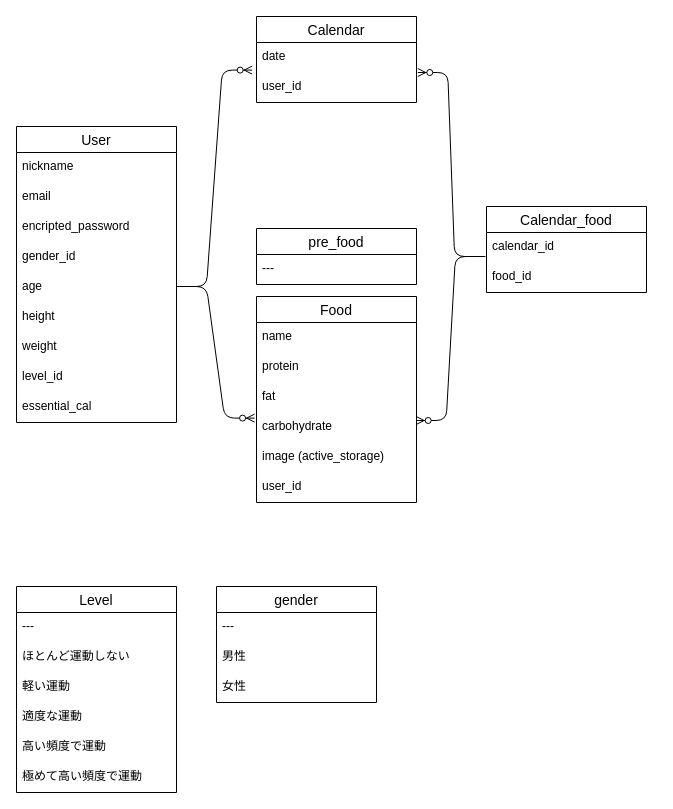
shuhei61/healper keeps this draw.io diagram as ER.dio. Above is the earlier version. Source tidied: cells renumbered, new cells numbered last; positions are measured from the earlier drawing's top-left corner, leaving out a move shared by most shapes. Both pictures are drawn from the tidied source at 100%, with x=0, y=0 at pixel (16, 16).
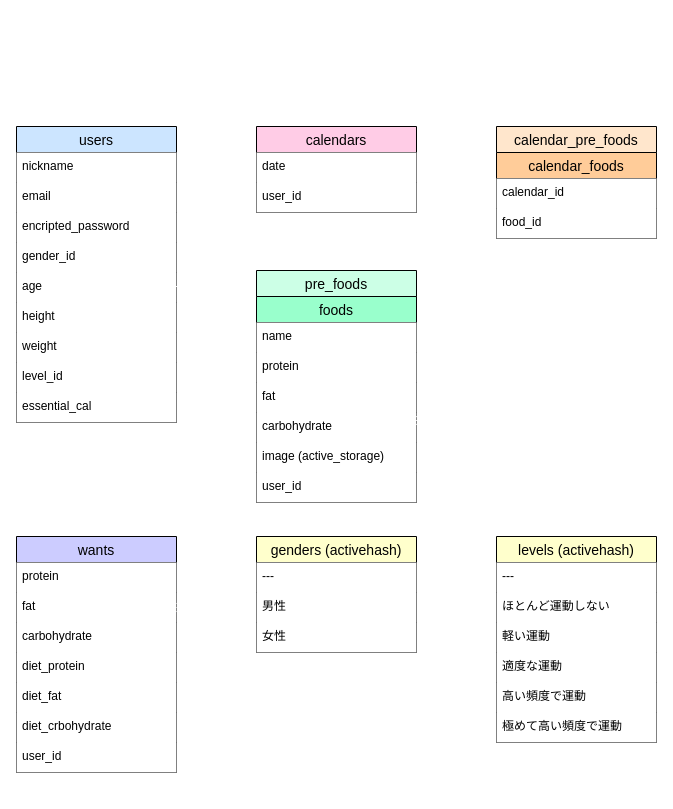
After the change.

The edit, as a diff of the source:
```diff
@@
-    <mxCell id="2" value="User" style="swimlane;fontStyle=0;horizontal=1;startSize=26;align=center;fontSize=14;" parent="1" vertex="1">
+    <mxCell id="2" value="users" style="swimlane;fontStyle=0;horizontal=1;startSize=26;align=center;fontSize=14;fillColor=#CCE5FF;" parent="1" vertex="1">
       <mxGeometry y="110" width="160" height="296" as="geometry" />
     </mxCell>
-    <mxCell id="3" value="nickname" style="text;strokeColor=none;fillColor=none;spacingLeft=4;spacingRight=4;overflow=hidden;fontSize=12;" parent="2" vertex="1">
+    <mxCell id="3" value="nickname" style="text;strokeColor=none;fillColor=#FFFFFF;spacingLeft=4;spacingRight=4;overflow=hidden;fontSize=12;" parent="2" vertex="1">
       <mxGeometry y="26" width="160" height="30" as="geometry" />
     </mxCell>
-    <mxCell id="4" value="email" style="text;strokeColor=none;fillColor=none;spacingLeft=4;spacingRight=4;overflow=hidden;fontSize=12;" parent="2" vertex="1">
+    <mxCell id="4" value="email" style="text;strokeColor=none;fillColor=#FFFFFF;spacingLeft=4;spacingRight=4;overflow=hidden;fontSize=12;" parent="2" vertex="1">
       <mxGeometry y="56" width="160" height="30" as="geometry" />
     </mxCell>
-    <mxCell id="5" value="encripted_password" style="text;strokeColor=none;fillColor=none;spacingLeft=4;spacingRight=4;overflow=hidden;fontSize=12;" parent="2" vertex="1">
+    <mxCell id="5" value="encripted_password" style="text;strokeColor=none;fillColor=#FFFFFF;spacingLeft=4;spacingRight=4;overflow=hidden;fontSize=12;" parent="2" vertex="1">
       <mxGeometry y="86" width="160" height="30" as="geometry" />
     </mxCell>
-    <mxCell id="6" value="gender_id" style="text;strokeColor=none;fillColor=none;spacingLeft=4;spacingRight=4;overflow=hidden;fontSize=12;" parent="2" vertex="1">
+    <mxCell id="6" value="gender_id" style="text;strokeColor=none;fillColor=#FFFFFF;spacingLeft=4;spacingRight=4;overflow=hidden;fontSize=12;" parent="2" vertex="1">
       <mxGeometry y="116" width="160" height="30" as="geometry" />
     </mxCell>
-    <mxCell id="7" value="age" style="text;strokeColor=none;fillColor=none;spacingLeft=4;spacingRight=4;overflow=hidden;fontSize=12;" parent="2" vertex="1">
+    <mxCell id="7" value="age" style="text;strokeColor=none;fillColor=#FFFFFF;spacingLeft=4;spacingRight=4;overflow=hidden;fontSize=12;" parent="2" vertex="1">
       <mxGeometry y="146" width="160" height="30" as="geometry" />
     </mxCell>
-    <mxCell id="8" value="height" style="text;strokeColor=none;fillColor=none;spacingLeft=4;spacingRight=4;overflow=hidden;fontSize=12;" parent="2" vertex="1">
+    <mxCell id="8" value="height" style="text;strokeColor=none;fillColor=#FFFFFF;spacingLeft=4;spacingRight=4;overflow=hidden;fontSize=12;" parent="2" vertex="1">
       <mxGeometry y="176" width="160" height="30" as="geometry" />
     </mxCell>
-    <mxCell id="9" value="weight" style="text;strokeColor=none;fillColor=none;spacingLeft=4;spacingRight=4;overflow=hidden;fontSize=12;" parent="2" vertex="1">
+    <mxCell id="9" value="weight" style="text;strokeColor=none;fillColor=#FFFFFF;spacingLeft=4;spacingRight=4;overflow=hidden;fontSize=12;" parent="2" vertex="1">
       <mxGeometry y="206" width="160" height="30" as="geometry" />
     </mxCell>
-    <mxCell id="10" value="level_id" style="text;strokeColor=none;fillColor=none;spacingLeft=4;spacingRight=4;overflow=hidden;fontSize=12;" parent="2" vertex="1">
+    <mxCell id="10" value="level_id" style="text;strokeColor=none;fillColor=#FFFFFF;spacingLeft=4;spacingRight=4;overflow=hidden;fontSize=12;" parent="2" vertex="1">
       <mxGeometry y="236" width="160" height="30" as="geometry" />
     </mxCell>
-    <mxCell id="11" value="essential_cal" style="text;strokeColor=none;fillColor=none;spacingLeft=4;spacingRight=4;overflow=hidden;fontSize=12;" parent="2" vertex="1">
+    <mxCell id="11" value="essential_cal" style="text;strokeColor=none;fillColor=#FFFFFF;spacingLeft=4;spacingRight=4;overflow=hidden;fontSize=12;" parent="2" vertex="1">
       <mxGeometry y="266" width="160" height="30" as="geometry" />
     </mxCell>
-    <mxCell id="12" value="Calendar" style="swimlane;fontStyle=0;horizontal=1;startSize=26;align=center;fontSize=14;" parent="1" vertex="1">
-      <mxGeometry x="240" width="160" height="86" as="geometry" />
+    <mxCell id="12" value="calendars" style="swimlane;fontStyle=0;horizontal=1;startSize=26;align=center;fontSize=14;fillColor=#FFCCE6;" parent="1" vertex="1">
+      <mxGeometry x="240" y="110" width="160" height="86" as="geometry" />
     </mxCell>
-    <mxCell id="13" value="date" style="text;strokeColor=none;fillColor=none;spacingLeft=4;spacingRight=4;overflow=hidden;fontSize=12;" parent="12" vertex="1">
+    <mxCell id="13" value="date" style="text;strokeColor=none;fillColor=#FFFFFF;spacingLeft=4;spacingRight=4;overflow=hidden;fontSize=12;" parent="12" vertex="1">
       <mxGeometry y="26" width="160" height="30" as="geometry" />
     </mxCell>
-    <mxCell id="14" value="user_id" style="text;strokeColor=none;fillColor=none;spacingLeft=4;spacingRight=4;overflow=hidden;points=[[0,0.5],[1,0.5]];portConstraint=eastwest;fontSize=12;" parent="12" vertex="1">
+    <mxCell id="14" value="user_id" style="text;strokeColor=none;fillColor=#FFFFFF;spacingLeft=4;spacingRight=4;overflow=hidden;points=[[0,0.5],[1,0.5]];portConstraint=eastwest;fontSize=12;" parent="12" vertex="1">
       <mxGeometry y="56" width="160" height="30" as="geometry" />
     </mxCell>
-    <mxCell id="15" value="gender" style="swimlane;fontStyle=0;horizontal=1;startSize=26;align=center;fontSize=14;" parent="1" vertex="1">
-      <mxGeometry x="200" y="570" width="160" height="116" as="geometry" />
+    <mxCell id="15" value="genders (activehash)" style="swimlane;fontStyle=0;horizontal=1;startSize=26;align=center;fontSize=14;fillColor=#FFFFCC;" parent="1" vertex="1">
+      <mxGeometry x="240" y="520" width="160" height="116" as="geometry" />
     </mxCell>
-    <mxCell id="16" value="---" style="text;strokeColor=none;fillColor=none;spacingLeft=4;spacingRight=4;overflow=hidden;fontSize=12;" parent="15" vertex="1">
+    <mxCell id="16" value="---" style="text;strokeColor=none;fillColor=#FFFFFF;spacingLeft=4;spacingRight=4;overflow=hidden;fontSize=12;" parent="15" vertex="1">
       <mxGeometry y="26" width="160" height="30" as="geometry" />
     </mxCell>
-    <mxCell id="17" value="男性" style="text;strokeColor=none;fillColor=none;spacingLeft=4;spacingRight=4;overflow=hidden;fontSize=12;" parent="15" vertex="1">
+    <mxCell id="17" value="男性" style="text;strokeColor=none;fillColor=#FFFFFF;spacingLeft=4;spacingRight=4;overflow=hidden;fontSize=12;" parent="15" vertex="1">
       <mxGeometry y="56" width="160" height="30" as="geometry" />
     </mxCell>
-    <mxCell id="18" value="女性" style="text;strokeColor=none;fillColor=none;spacingLeft=4;spacingRight=4;overflow=hidden;fontSize=12;" parent="15" vertex="1">
+    <mxCell id="18" value="女性" style="text;strokeColor=none;fillColor=#FFFFFF;spacingLeft=4;spacingRight=4;overflow=hidden;fontSize=12;" parent="15" vertex="1">
       <mxGeometry y="86" width="160" height="30" as="geometry" />
     </mxCell>
-    <mxCell id="19" value="Food" style="swimlane;fontStyle=0;horizontal=1;startSize=26;align=center;fontSize=14;" parent="1" vertex="1">
+    <mxCell id="19" value="foods" style="swimlane;fontStyle=0;horizontal=1;startSize=26;align=center;fontSize=14;fillColor=#99FFCC;" parent="1" vertex="1">
       <mxGeometry x="240" y="280" width="160" height="206" as="geometry" />
     </mxCell>
-    <mxCell id="20" value="name" style="text;strokeColor=none;fillColor=none;spacingLeft=4;spacingRight=4;overflow=hidden;fontSize=12;" parent="19" vertex="1">
+    <mxCell id="20" value="name" style="text;strokeColor=none;fillColor=#FFFFFF;spacingLeft=4;spacingRight=4;overflow=hidden;fontSize=12;" parent="19" vertex="1">
       <mxGeometry y="26" width="160" height="30" as="geometry" />
     </mxCell>
-    <mxCell id="21" value="protein" style="text;strokeColor=none;fillColor=none;spacingLeft=4;spacingRight=4;overflow=hidden;fontSize=12;" parent="19" vertex="1">
+    <mxCell id="21" value="protein" style="text;strokeColor=none;fillColor=#FFFFFF;spacingLeft=4;spacingRight=4;overflow=hidden;fontSize=12;" parent="19" vertex="1">
       <mxGeometry y="56" width="160" height="30" as="geometry" />
     </mxCell>
-    <mxCell id="22" value="fat" style="text;strokeColor=none;fillColor=none;spacingLeft=4;spacingRight=4;overflow=hidden;fontSize=12;" parent="19" vertex="1">
+    <mxCell id="22" value="fat" style="text;strokeColor=none;fillColor=#FFFFFF;spacingLeft=4;spacingRight=4;overflow=hidden;fontSize=12;" parent="19" vertex="1">
       <mxGeometry y="86" width="160" height="30" as="geometry" />
     </mxCell>
-    <mxCell id="23" value="carbohydrate" style="text;strokeColor=none;fillColor=none;spacingLeft=4;spacingRight=4;overflow=hidden;points=[[0,0.5],[1,0.5]];portConstraint=eastwest;fontSize=12;" parent="19" vertex="1">
+    <mxCell id="23" value="carbohydrate" style="text;strokeColor=none;fillColor=#FFFFFF;spacingLeft=4;spacingRight=4;overflow=hidden;points=[[0,0.5],[1,0.5]];portConstraint=eastwest;fontSize=12;" parent="19" vertex="1">
       <mxGeometry y="116" width="160" height="30" as="geometry" />
     </mxCell>
-    <mxCell id="24" value="image (active_storage)" style="text;strokeColor=none;fillColor=none;spacingLeft=4;spacingRight=4;overflow=hidden;fontSize=12;" parent="19" vertex="1">
+    <mxCell id="24" value="image (active_storage)" style="text;strokeColor=none;fillColor=#FFFFFF;spacingLeft=4;spacingRight=4;overflow=hidden;fontSize=12;" parent="19" vertex="1">
       <mxGeometry y="146" width="160" height="30" as="geometry" />
     </mxCell>
-    <mxCell id="25" value="user_id" style="text;strokeColor=none;fillColor=none;spacingLeft=4;spacingRight=4;overflow=hidden;fontSize=12;" parent="19" vertex="1">
+    <mxCell id="25" value="user_id" style="text;strokeColor=none;fillColor=#FFFFFF;spacingLeft=4;spacingRight=4;overflow=hidden;fontSize=12;" parent="19" vertex="1">
       <mxGeometry y="176" width="160" height="30" as="geometry" />
     </mxCell>
-    <mxCell id="26" value="Level" style="swimlane;fontStyle=0;horizontal=1;startSize=26;align=center;fontSize=14;" parent="1" vertex="1">
-      <mxGeometry y="570" width="160" height="206" as="geometry" />
+    <mxCell id="26" value="levels (activehash)" style="swimlane;fontStyle=0;horizontal=1;startSize=26;align=center;fontSize=14;fillColor=#FFFFCC;" parent="1" vertex="1">
+      <mxGeometry x="480" y="520" width="160" height="206" as="geometry" />
     </mxCell>
-    <mxCell id="27" value="---" style="text;strokeColor=none;fillColor=none;spacingLeft=4;spacingRight=4;overflow=hidden;fontSize=12;" parent="26" vertex="1">
+    <mxCell id="27" value="---" style="text;strokeColor=none;fillColor=#FFFFFF;spacingLeft=4;spacingRight=4;overflow=hidden;fontSize=12;" parent="26" vertex="1">
       <mxGeometry y="26" width="160" height="30" as="geometry" />
     </mxCell>
-    <mxCell id="28" value="ほとんど運動しない" style="text;strokeColor=none;fillColor=none;spacingLeft=4;spacingRight=4;overflow=hidden;fontSize=12;" parent="26" vertex="1">
+    <mxCell id="28" value="ほとんど運動しない" style="text;strokeColor=none;fillColor=#FFFFFF;spacingLeft=4;spacingRight=4;overflow=hidden;fontSize=12;" parent="26" vertex="1">
       <mxGeometry y="56" width="160" height="30" as="geometry" />
     </mxCell>
-    <mxCell id="29" value="軽い運動" style="text;strokeColor=none;fillColor=none;spacingLeft=4;spacingRight=4;overflow=hidden;fontSize=12;" parent="26" vertex="1">
+    <mxCell id="29" value="軽い運動" style="text;strokeColor=none;fillColor=#FFFFFF;spacingLeft=4;spacingRight=4;overflow=hidden;fontSize=12;" parent="26" vertex="1">
       <mxGeometry y="86" width="160" height="30" as="geometry" />
     </mxCell>
-    <mxCell id="30" value="適度な運動" style="text;strokeColor=none;fillColor=none;spacingLeft=4;spacingRight=4;overflow=hidden;fontSize=12;" parent="26" vertex="1">
+    <mxCell id="30" value="適度な運動" style="text;strokeColor=none;fillColor=#FFFFFF;spacingLeft=4;spacingRight=4;overflow=hidden;fontSize=12;" parent="26" vertex="1">
       <mxGeometry y="116" width="160" height="30" as="geometry" />
     </mxCell>
-    <mxCell id="31" value="高い頻度で運動" style="text;strokeColor=none;fillColor=none;spacingLeft=4;spacingRight=4;overflow=hidden;fontSize=12;" parent="26" vertex="1">
+    <mxCell id="31" value="高い頻度で運動" style="text;strokeColor=none;fillColor=#FFFFFF;spacingLeft=4;spacingRight=4;overflow=hidden;fontSize=12;" parent="26" vertex="1">
       <mxGeometry y="146" width="160" height="30" as="geometry" />
     </mxCell>
-    <mxCell id="32" value="極めて高い頻度で運動" style="text;strokeColor=none;fillColor=none;spacingLeft=4;spacingRight=4;overflow=hidden;fontSize=12;" parent="26" vertex="1">
+    <mxCell id="32" value="極めて高い頻度で運動" style="text;strokeColor=none;fillColor=#FFFFFF;spacingLeft=4;spacingRight=4;overflow=hidden;fontSize=12;" parent="26" vertex="1">
       <mxGeometry y="176" width="160" height="30" as="geometry" />
     </mxCell>
-    <mxCell id="33" value="pre_food" style="swimlane;fontStyle=0;horizontal=1;startSize=26;align=center;fontSize=14;" parent="1" vertex="1">
-      <mxGeometry x="240" y="212" width="160" height="56" as="geometry" />
+    <mxCell id="33" value="pre_foods" style="swimlane;fontStyle=0;horizontal=1;startSize=26;align=center;fontSize=14;fillColor=#CCFFE6;" parent="1" vertex="1">
+      <mxGeometry x="240" y="254" width="160" height="26" as="geometry" />
     </mxCell>
-    <mxCell id="34" value="---" style="text;strokeColor=none;fillColor=none;spacingLeft=4;spacingRight=4;overflow=hidden;fontSize=12;" parent="33" vertex="1">
-      <mxGeometry y="26" width="160" height="30" as="geometry" />
-    </mxCell>
-    <mxCell id="35" style="edgeStyle=entityRelationEdgeStyle;fontSize=12;html=1;endArrow=ERzeroToMany;endFill=1;entryX=0.998;entryY=0.267;entryDx=0;entryDy=0;entryPerimeter=0;exitX=-0.007;exitY=0.8;exitDx=0;exitDy=0;exitPerimeter=0;" parent="1" edge="1" source="39" target="23">
+    <mxCell id="35" style="edgeStyle=entityRelationEdgeStyle;fontSize=12;html=1;endArrow=ERzeroToMany;endFill=1;entryX=0.998;entryY=0.267;entryDx=0;entryDy=0;entryPerimeter=0;exitX=-0.007;exitY=0.8;exitDx=0;exitDy=0;exitPerimeter=0;fillColor=#000000;strokeColor=#FFFFFF;" parent="1" edge="1" source="39" target="23">
       <mxGeometry relative="1" as="geometry" />
     </mxCell>
-    <mxCell id="36" style="edgeStyle=entityRelationEdgeStyle;fontSize=12;html=1;endArrow=ERzeroToMany;endFill=1;entryX=-0.027;entryY=-0.08;entryDx=0;entryDy=0;entryPerimeter=0;" parent="1" edge="1" target="14">
+    <mxCell id="36" style="edgeStyle=entityRelationEdgeStyle;fontSize=12;html=1;endArrow=ERzeroToMany;endFill=1;entryX=-0.027;entryY=-0.08;entryDx=0;entryDy=0;entryPerimeter=0;strokeColor=#FFFFFF;fillColor=#FFFFFF;" parent="1" edge="1" target="14">
       <mxGeometry relative="1" as="geometry">
         <mxPoint x="160" y="270" as="sourcePoint" />
       </mxGeometry>
     </mxCell>
-    <mxCell id="37" style="edgeStyle=entityRelationEdgeStyle;fontSize=12;html=1;endArrow=ERzeroToMany;endFill=1;entryX=-0.012;entryY=0.187;entryDx=0;entryDy=0;entryPerimeter=0;" parent="1" edge="1" target="23">
+    <mxCell id="37" style="edgeStyle=entityRelationEdgeStyle;fontSize=12;html=1;endArrow=ERzeroToMany;endFill=1;entryX=-0.012;entryY=0.187;entryDx=0;entryDy=0;entryPerimeter=0;fillColor=#000000;strokeColor=#FFFFFF;" parent="1" edge="1" target="23">
       <mxGeometry relative="1" as="geometry">
         <mxPoint x="160" y="270" as="sourcePoint" />
       </mxGeometry>
     </mxCell>
-    <mxCell id="38" value="Calendar_food" style="swimlane;fontStyle=0;horizontal=1;startSize=26;align=center;fontSize=14;" parent="1" vertex="1">
-      <mxGeometry x="470" y="190" width="160" height="86" as="geometry" />
+    <mxCell id="38" value="calendar_foods" style="swimlane;fontStyle=0;horizontal=1;startSize=26;align=center;fontSize=14;fillColor=#FFCC99;" parent="1" vertex="1">
+      <mxGeometry x="480" y="136" width="160" height="86" as="geometry" />
     </mxCell>
-    <mxCell id="39" value="calendar_id" style="text;strokeColor=none;fillColor=none;spacingLeft=4;spacingRight=4;overflow=hidden;points=[[0,0.5],[1,0.5]];portConstraint=eastwest;fontSize=12;" parent="38" vertex="1">
+    <mxCell id="39" value="calendar_id" style="text;strokeColor=none;fillColor=#FFFFFF;spacingLeft=4;spacingRight=4;overflow=hidden;points=[[0,0.5],[1,0.5]];portConstraint=eastwest;fontSize=12;" parent="38" vertex="1">
       <mxGeometry y="26" width="160" height="30" as="geometry" />
     </mxCell>
-    <mxCell id="40" value="food_id" style="text;strokeColor=none;fillColor=none;spacingLeft=4;spacingRight=4;overflow=hidden;fontSize=12;" parent="38" vertex="1">
+    <mxCell id="40" value="food_id" style="text;strokeColor=none;fillColor=#FFFFFF;spacingLeft=4;spacingRight=4;overflow=hidden;fontSize=12;" parent="38" vertex="1">
       <mxGeometry y="56" width="160" height="30" as="geometry" />
     </mxCell>
-    <mxCell id="41" style="edgeStyle=entityRelationEdgeStyle;fontSize=12;html=1;endArrow=ERzeroToMany;endFill=1;exitX=-0.012;exitY=0.8;exitDx=0;exitDy=0;exitPerimeter=0;entryX=1.008;entryY=0;entryDx=0;entryDy=0;entryPerimeter=0;" parent="1" edge="1" source="39" target="14">
+    <mxCell id="41" style="edgeStyle=entityRelationEdgeStyle;fontSize=12;html=1;endArrow=ERzeroToMany;endFill=1;exitX=-0.012;exitY=0.8;exitDx=0;exitDy=0;exitPerimeter=0;entryX=1.008;entryY=0;entryDx=0;entryDy=0;entryPerimeter=0;fillColor=#000000;strokeColor=#FFFFFF;" parent="1" edge="1" source="39" target="14">
       <mxGeometry relative="1" as="geometry" />
     </mxCell>
+    <mxCell id="42" value="calendar_pre_foods" style="swimlane;fontStyle=0;horizontal=1;startSize=26;align=center;fontSize=14;fillColor=#FFE6CC;" parent="1" vertex="1">
+      <mxGeometry x="480" y="110" width="160" height="26" as="geometry" />
+    </mxCell>
+    <mxCell id="43" value="wants" style="swimlane;fontStyle=0;horizontal=1;startSize=26;align=center;fontSize=14;fillColor=#CCCCFF;" parent="1" vertex="1">
+      <mxGeometry y="520" width="160" height="236" as="geometry" />
+    </mxCell>
+    <mxCell id="44" value="protein" style="text;strokeColor=none;fillColor=#FFFFFF;spacingLeft=4;spacingRight=4;overflow=hidden;fontSize=12;" parent="43" vertex="1">
+      <mxGeometry y="26" width="160" height="30" as="geometry" />
+    </mxCell>
+    <mxCell id="45" value="fat" style="text;strokeColor=none;fillColor=#FFFFFF;spacingLeft=4;spacingRight=4;overflow=hidden;points=[[0,0.5],[1,0.5]];portConstraint=eastwest;fontSize=12;" parent="43" vertex="1">
+      <mxGeometry y="56" width="160" height="30" as="geometry" />
+    </mxCell>
+    <mxCell id="46" value="carbohydrate" style="text;strokeColor=none;fillColor=#FFFFFF;spacingLeft=4;spacingRight=4;overflow=hidden;fontSize=12;" parent="43" vertex="1">
+      <mxGeometry y="86" width="160" height="30" as="geometry" />
+    </mxCell>
+    <mxCell id="47" value="diet_protein" style="text;strokeColor=none;fillColor=#FFFFFF;spacingLeft=4;spacingRight=4;overflow=hidden;fontSize=12;" parent="43" vertex="1">
+      <mxGeometry y="116" width="160" height="30" as="geometry" />
+    </mxCell>
+    <mxCell id="48" value="diet_fat" style="text;strokeColor=none;fillColor=#FFFFFF;spacingLeft=4;spacingRight=4;overflow=hidden;fontSize=12;" parent="43" vertex="1">
+      <mxGeometry y="146" width="160" height="30" as="geometry" />
+    </mxCell>
+    <mxCell id="49" value="diet_crbohydrate" style="text;strokeColor=none;fillColor=#FFFFFF;spacingLeft=4;spacingRight=4;overflow=hidden;fontSize=12;" parent="43" vertex="1">
+      <mxGeometry y="176" width="160" height="30" as="geometry" />
+    </mxCell>
+    <mxCell id="50" value="user_id" style="text;strokeColor=none;fillColor=#FFFFFF;spacingLeft=4;spacingRight=4;overflow=hidden;fontSize=12;" parent="43" vertex="1">
+      <mxGeometry y="206" width="160" height="30" as="geometry" />
+    </mxCell>
+    <mxCell id="51" style="edgeStyle=entityRelationEdgeStyle;fontSize=12;html=1;endArrow=ERzeroToMany;endFill=1;entryX=1;entryY=0.5;entryDx=0;entryDy=0;fillColor=#000000;strokeColor=#FFFFFF;" parent="1" edge="1" target="45">
+      <mxGeometry relative="1" as="geometry">
+        <mxPoint x="160" y="270" as="sourcePoint" />
+      </mxGeometry>
+    </mxCell>
```
